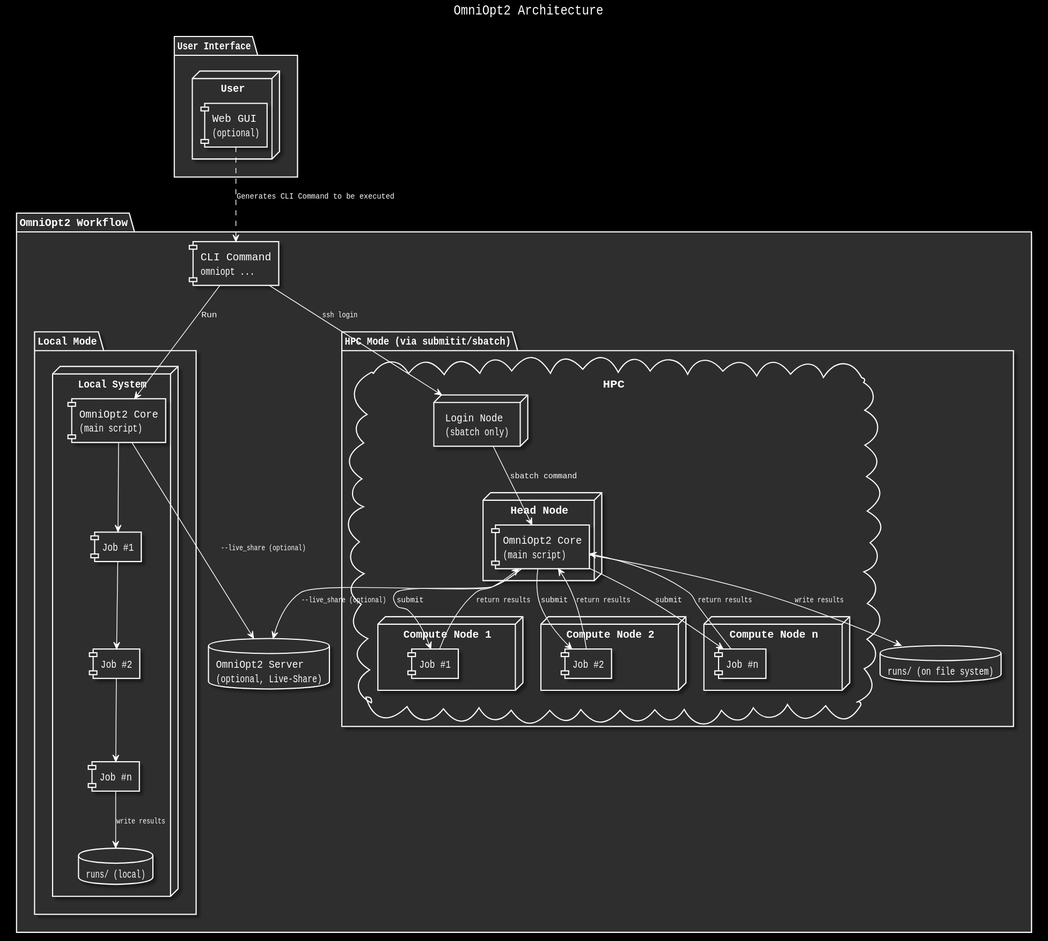
The PlantUML diagram .gui/documentation/output_dark/architecture.svg in NormanTUD/OmniOpt, before a commit.
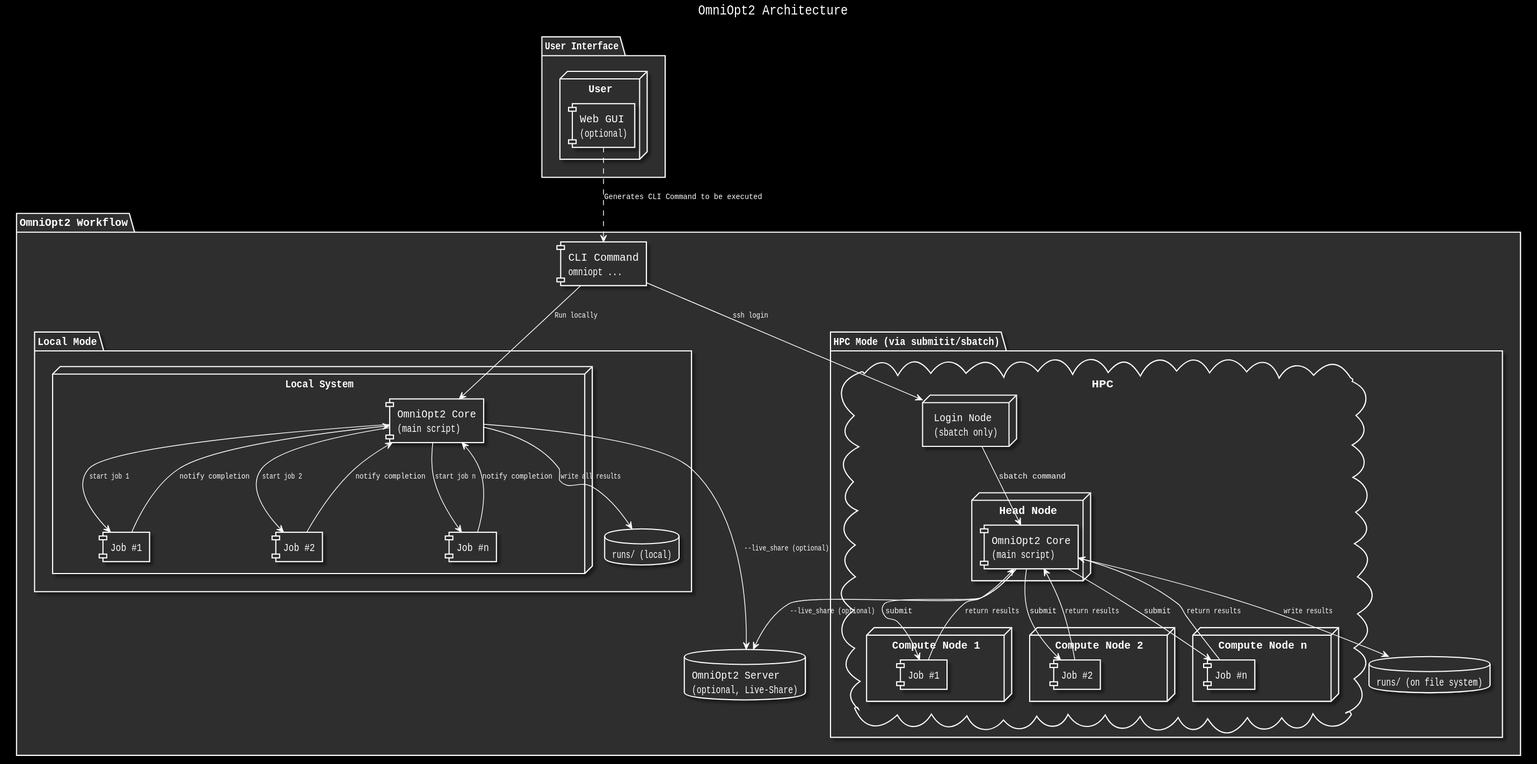
The same file after the commit.

Diff of the diagram source:
```diff
@@ -43,20 +43,29 @@
   database "OmniOpt2 Server\n(optional, Live-Share)" as OmniOpt2Server
 
   package "Local Mode" {
-    node "Local System" {
-      component "OmniOpt2 Core\n(main script)" as LocalCore
-      component "Job #1" as LocalJobs1
-      component "Job #2" as LocalJobs2
-      component "Job #n" as LocalJobs3
-      database "runs/ (local)" as LocalRuns
-    }
+	  database "runs/ (local)" as LocalRuns
 
-    CLI --> LocalCore : Run
-    LocalCore --> LocalJobs1
-    LocalJobs1 --> LocalJobs2
-    LocalJobs2 --> LocalJobs3
-    LocalJobs3 --> LocalRuns : write results
-    LocalCore --> OmniOpt2Server : --live_share (optional)
+	  node "Local System" {
+		  component "OmniOpt2 Core\n(main script)" as LocalCore
+			  component "Job #1" as LocalJobs1
+			  component "Job #2" as LocalJobs2
+			  component "Job #n" as LocalJobsN
+	  }
+
+	  CLI --> LocalCore : Run locally
+
+		  LocalCore --> LocalJobs1 : start job 1
+		  LocalJobs1 --> LocalCore : notify completion
+
+		  LocalCore --> LocalJobs2 : start job 2
+		  LocalJobs2 --> LocalCore : notify completion
+
+		  LocalCore --> LocalJobsN : start job n
+		  LocalJobsN --> LocalCore : notify completion
+
+		  LocalCore --> LocalRuns : write all results
+
+		  LocalCore --> OmniOpt2Server : --live_share (optional)
   }
 
   package "HPC Mode (via submitit/sbatch)" {
```
